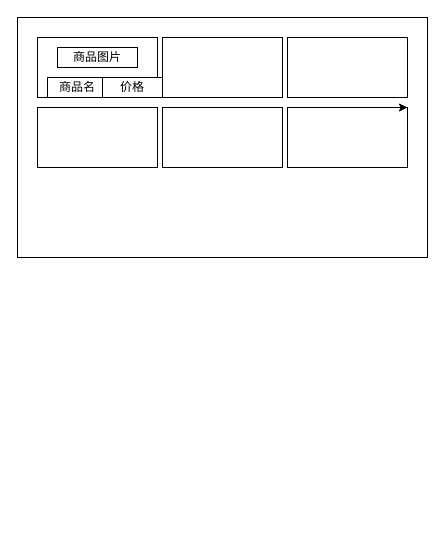
The draw.io diagram test.drawio in SongFuying/8.10_E, before the edit. Source tidied: cells renumbered, new cells numbered last; positions are measured from the earlier drawing's top-left corner, leaving out a move shared by most shapes. Both pictures are drawn from the tidied source at 100%, with x=0, y=0 at pixel (17, 17).
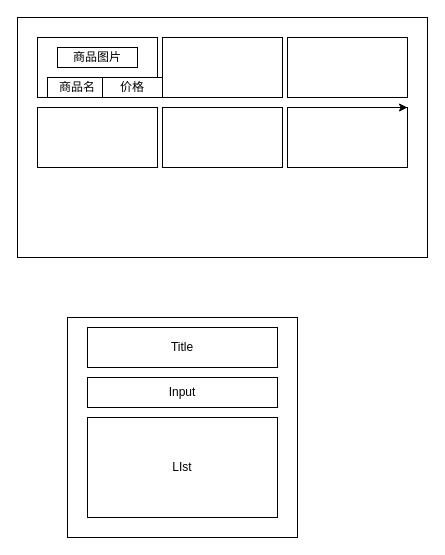
The same diagram, later.

What changed in the source:
```diff
@@
 <mxGraphModel>
   <root>
     <mxCell id="0" />
     <mxCell id="1" parent="0" />
     <mxCell id="2" style="whiteSpace=wrap;html=1;" parent="1" vertex="1">
       <mxGeometry width="410" height="240" as="geometry" />
     </mxCell>
     <mxCell id="3" style="whiteSpace=wrap;html=1;" parent="1" vertex="1">
       <mxGeometry x="20" y="20" width="120" height="60" as="geometry" />
     </mxCell>
     <mxCell id="4" style="whiteSpace=wrap;html=1;" parent="1" vertex="1">
       <mxGeometry x="145" y="20" width="120" height="60" as="geometry" />
     </mxCell>
     <mxCell id="5" style="whiteSpace=wrap;html=1;" parent="1" vertex="1">
       <mxGeometry x="270" y="20" width="120" height="60" as="geometry" />
     </mxCell>
     <mxCell id="6" style="whiteSpace=wrap;html=1;" parent="1" vertex="1">
       <mxGeometry x="20" y="90" width="120" height="60" as="geometry" />
     </mxCell>
     <mxCell id="7" style="whiteSpace=wrap;html=1;" parent="1" vertex="1">
       <mxGeometry x="145" y="90" width="120" height="60" as="geometry" />
     </mxCell>
     <mxCell id="8" style="whiteSpace=wrap;html=1;" parent="1" vertex="1">
       <mxGeometry x="270" y="90" width="120" height="60" as="geometry" />
     </mxCell>
     <mxCell id="9" style="edgeStyle=none;html=1;exitX=0.5;exitY=0;exitDx=0;exitDy=0;entryX=1;entryY=0;entryDx=0;entryDy=0;" parent="1" edge="1" source="8" target="8">
       <mxGeometry relative="1" as="geometry" />
     </mxCell>
     <mxCell id="10" value="商品图片" style="whiteSpace=wrap;html=1;" parent="1" vertex="1">
       <mxGeometry x="40" y="30" width="80" height="20" as="geometry" />
     </mxCell>
     <mxCell id="11" value="商品名" style="whiteSpace=wrap;html=1;" parent="1" vertex="1">
       <mxGeometry x="30" y="60" width="60" height="20" as="geometry" />
     </mxCell>
     <mxCell id="12" value="价格" style="whiteSpace=wrap;html=1;" parent="1" vertex="1">
       <mxGeometry x="85" y="60" width="60" height="20" as="geometry" />
     </mxCell>
+    <mxCell id="13" style="whiteSpace=wrap;html=1;" parent="1" vertex="1">
+      <mxGeometry x="50" y="300" width="230" height="220" as="geometry" />
+    </mxCell>
+    <mxCell id="14" value="Title" style="whiteSpace=wrap;html=1;" parent="1" vertex="1">
+      <mxGeometry x="70" y="310" width="190" height="40" as="geometry" />
+    </mxCell>
+    <mxCell id="15" value="Input" style="whiteSpace=wrap;html=1;" parent="1" vertex="1">
+      <mxGeometry x="70" y="360" width="190" height="30" as="geometry" />
+    </mxCell>
+    <mxCell id="16" value="LIst" style="whiteSpace=wrap;html=1;" parent="1" vertex="1">
+      <mxGeometry x="70" y="400" width="190" height="100" as="geometry" />
+    </mxCell>
   </root>
 </mxGraphModel>
```
